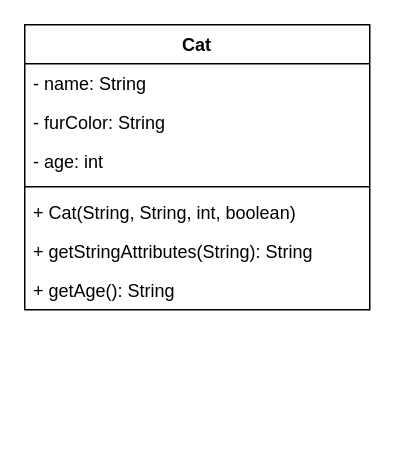
The draw.io diagram page "Cat_2" (3 of 3) of klassendiagramm.drawio in emcc01/02b_Klassen_Objekte_2, before the edit. Source tidied: cells renumbered, new cells numbered last; positions are measured from the earlier drawing's top-left corner, leaving out a move shared by most shapes. Both pictures are drawn from the tidied source at 150%, with x=0, y=0 at pixel (24, 24).
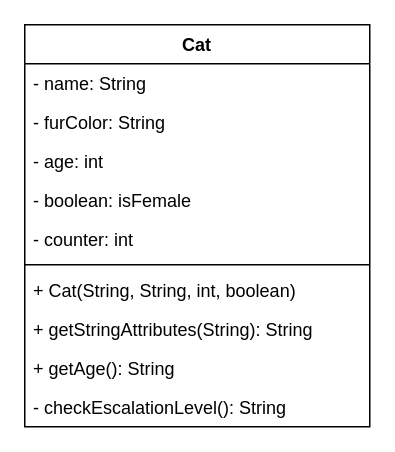
After the change.

Diff of the diagram source:
```diff
@@
 <mxGraphModel>
   <root>
     <mxCell id="0" />
     <mxCell id="1" parent="0" />
     <mxCell id="2" value="Cat" style="swimlane;fontStyle=1;align=center;verticalAlign=top;horizontal=1;startSize=26;" parent="1" vertex="1">
-      <mxGeometry width="230" height="190" as="geometry" />
+      <mxGeometry width="230" height="268" as="geometry" />
     </mxCell>
     <mxCell id="3" value="- name: String" style="text;strokeColor=none;fillColor=none;align=left;verticalAlign=top;spacingLeft=4;spacingRight=4;overflow=hidden;" parent="2" vertex="1">
       <mxGeometry y="26" width="230" height="26" as="geometry" />
     </mxCell>
     <mxCell id="4" value="- furColor: String" style="text;strokeColor=none;fillColor=none;align=left;verticalAlign=top;spacingLeft=4;spacingRight=4;overflow=hidden;" parent="2" vertex="1">
       <mxGeometry y="52" width="230" height="26" as="geometry" />
     </mxCell>
     <mxCell id="5" value="- age: int" style="text;strokeColor=none;fillColor=none;align=left;verticalAlign=top;spacingLeft=4;spacingRight=4;overflow=hidden;" parent="2" vertex="1">
       <mxGeometry y="78" width="230" height="26" as="geometry" />
     </mxCell>
+    <mxCell id="10" value="- boolean: isFemale" style="text;strokeColor=none;fillColor=none;align=left;verticalAlign=top;spacingLeft=4;spacingRight=4;overflow=hidden;" parent="2" vertex="1">
+      <mxGeometry y="104" width="230" height="26" as="geometry" />
+    </mxCell>
+    <mxCell id="11" value="- counter: int" style="text;strokeColor=none;fillColor=none;align=left;verticalAlign=top;spacingLeft=4;spacingRight=4;overflow=hidden;" parent="2" vertex="1">
+      <mxGeometry y="130" width="230" height="26" as="geometry" />
+    </mxCell>
     <mxCell id="6" style="line;strokeWidth=1;fillColor=none;align=left;verticalAlign=middle;spacingTop=-1;spacingLeft=3;spacingRight=3;labelPosition=right;strokeColor=inherit;" parent="2" vertex="1">
-      <mxGeometry y="104" width="230" height="8" as="geometry" />
+      <mxGeometry y="156" width="230" height="8" as="geometry" />
     </mxCell>
     <mxCell id="7" value="+ Cat(String, String, int, boolean)" style="text;strokeColor=none;fillColor=none;align=left;verticalAlign=top;spacingLeft=4;spacingRight=4;overflow=hidden;" parent="2" vertex="1">
-      <mxGeometry y="112" width="230" height="26" as="geometry" />
+      <mxGeometry y="164" width="230" height="26" as="geometry" />
     </mxCell>
     <mxCell id="8" value="+ getStringAttributes(String): String" style="text;strokeColor=none;fillColor=none;align=left;verticalAlign=top;spacingLeft=4;spacingRight=4;overflow=hidden;" parent="2" vertex="1">
-      <mxGeometry y="138" width="230" height="26" as="geometry" />
+      <mxGeometry y="190" width="230" height="26" as="geometry" />
     </mxCell>
     <mxCell id="9" value="+ getAge(): String" style="text;strokeColor=none;fillColor=none;align=left;verticalAlign=top;spacingLeft=4;spacingRight=4;overflow=hidden;" parent="2" vertex="1">
-      <mxGeometry y="164" width="230" height="26" as="geometry" />
+      <mxGeometry y="216" width="230" height="26" as="geometry" />
     </mxCell>
+    <mxCell id="12" value="- checkEscalationLevel(): String" style="text;strokeColor=none;fillColor=none;align=left;verticalAlign=top;spacingLeft=4;spacingRight=4;overflow=hidden;" parent="2" vertex="1">
+      <mxGeometry y="242" width="230" height="26" as="geometry" />
+    </mxCell>
   </root>
 </mxGraphModel>
```
